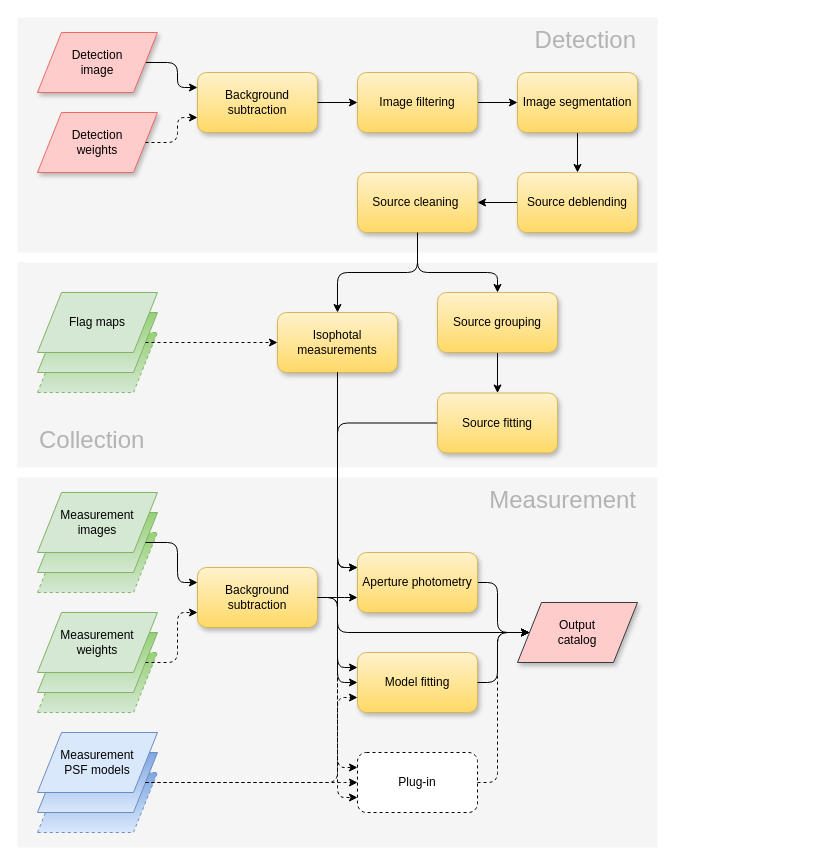
Above: doc/assets/flowchart.drawio in astrorama/SourceXtractorPlusPlus (draw.io), before the change. Source tidied: cells renumbered, new cells numbered last; positions are measured from the earlier drawing's top-left corner, leaving out a move shared by most shapes. Both pictures are drawn from the tidied source at 100%, with x=0, y=0 at pixel (17, 17).
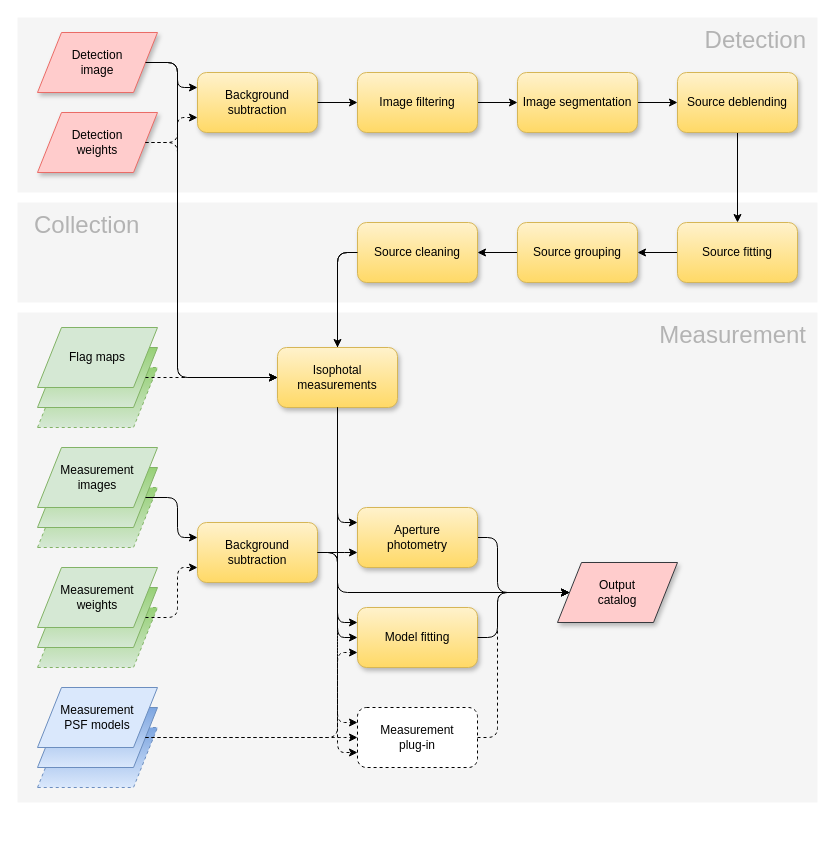
The same diagram, later.

Commit message (it also covers changes not shown here):
Doc: updated flowchart and fixed SVG issues with Firefox.

Unchanged cells that the change refers to:
```xml
<mxCell id="10" value="Detection&lt;br&gt;image" style="shape=parallelogram;perimeter=parallelogramPerimeter;whiteSpace=wrap;html=1;fillColor=#ffcccc;strokeColor=#EA6B66;shadow=1;gradientDirection=north;" parent="1" vertex="1">
  <mxGeometry x="20" y="15" width="120" height="60" as="geometry" />
</mxCell>
<mxCell id="11" value="Detection&lt;br&gt;weights" style="shape=parallelogram;perimeter=parallelogramPerimeter;whiteSpace=wrap;html=1;fillColor=#ffcccc;strokeColor=#EA6B66;shadow=1;" parent="1" vertex="1">
  <mxGeometry x="20" y="95" width="120" height="60" as="geometry" />
</mxCell>
<mxCell id="31" style="shape=parallelogram;perimeter=parallelogramPerimeter;whiteSpace=wrap;html=1;gradientColor=#97d077;fillColor=#d5e8d4;strokeColor=#82b366;gradientDirection=north;" parent="29" vertex="1">
  <mxGeometry y="20" width="120" height="60" as="geometry" />
</mxCell>
```

Change to the diagram source:
```diff
@@
     <mxCell id="2" style="rounded=0;whiteSpace=wrap;html=1;fillColor=#f5f5f5;strokeColor=none;glass=0;shadow=0;comic=0;fontColor=#333333;align=center;" parent="1" vertex="1">
-      <mxGeometry y="245" width="640" height="205" as="geometry" />
+      <mxGeometry y="185" width="800" height="100" as="geometry" />
     </mxCell>
     <mxCell id="3" style="rounded=0;whiteSpace=wrap;html=1;shadow=0;glass=0;comic=0;fillColor=#f5f5f5;strokeColor=none;fontColor=#333333;" parent="1" vertex="1">
-      <mxGeometry y="460" width="640" height="370" as="geometry" />
+      <mxGeometry y="295" width="800" height="490" as="geometry" />
     </mxCell>
     <mxCell id="4" style="rounded=0;whiteSpace=wrap;html=1;fillColor=#f5f5f5;strokeColor=none;glass=0;shadow=0;comic=0;fontColor=#333333;align=center;" parent="1" vertex="1">
-      <mxGeometry width="640" height="235" as="geometry" />
+      <mxGeometry width="800" height="175" as="geometry" />
     </mxCell>
-    <mxCell id="5" style="edgeStyle=orthogonalEdgeStyle;jettySize=auto;html=1;rounded=1;entryX=0.5;entryY=0;entryDx=0;entryDy=0;" parent="1" edge="1" source="6" target="17">
+    <mxCell id="5" style="edgeStyle=orthogonalEdgeStyle;jettySize=auto;html=1;rounded=1;entryX=0;entryY=0.5;entryDx=0;entryDy=0;" parent="1" edge="1" source="6" target="17">
       <mxGeometry relative="1" as="geometry" />
     </mxCell>
-    <mxCell id="6" value="&amp;nbsp;Image segmentation&amp;nbsp;" style="rounded=1;whiteSpace=wrap;html=1;fillColor=#fff2cc;strokeColor=#d6b656;gradientColor=#ffd966;shadow=1;" parent="1" vertex="1">
+    <mxCell id="6" value="Image segmentation" style="rounded=1;whiteSpace=wrap;html=1;fillColor=#fff2cc;strokeColor=#d6b656;gradientColor=#ffd966;shadow=1;" parent="1" vertex="1">
       <mxGeometry x="500" y="55" width="120" height="60" as="geometry" />
     </mxCell>
@@
-    <mxCell id="13" style="edgeStyle=orthogonalEdgeStyle;rounded=1;jettySize=auto;html=1;entryX=0.5;entryY=0;entryDx=0;entryDy=0;exitX=0.5;exitY=1;exitDx=0;exitDy=0;" parent="1" edge="1" source="28" target="27">
+    <mxCell id="13" style="edgeStyle=orthogonalEdgeStyle;rounded=1;jettySize=auto;html=1;entryX=0.5;entryY=0;entryDx=0;entryDy=0;exitX=0;exitY=0.5;exitDx=0;exitDy=0;" parent="1" edge="1" source="28" target="27">
       <mxGeometry relative="1" as="geometry">
         <Array as="points">
-          <mxPoint x="400" y="255" />
-          <mxPoint x="320" y="255" />
+          <mxPoint x="320" y="235" />
+          <mxPoint x="320" y="423" />
         </Array>
       </mxGeometry>
     </mxCell>
-    <mxCell id="14" style="edgeStyle=orthogonalEdgeStyle;rounded=0;jettySize=auto;html=1;strokeWidth=1;" parent="1" edge="1" source="15" target="49">
-      <mxGeometry relative="1" as="geometry" />
-    </mxCell>
+    <mxCell id="62" style="edgeStyle=orthogonalEdgeStyle;rounded=0;jettySize=auto;html=1;" parent="1" edge="1" source="15" target="28">
+      <mxGeometry relative="1" as="geometry" />
+    </mxCell>
-    <mxCell id="15" value="&amp;nbsp;Source grouping&amp;nbsp;" style="rounded=1;whiteSpace=wrap;html=1;gradientColor=#ffd966;fillColor=#fff2cc;strokeColor=#d6b656;shadow=1;" parent="1" vertex="1">
-      <mxGeometry x="420" y="275" width="120" height="60" as="geometry" />
+    <mxCell id="15" value="Source grouping" style="rounded=1;whiteSpace=wrap;html=1;gradientColor=#ffd966;fillColor=#fff2cc;strokeColor=#d6b656;shadow=1;align=center;" parent="1" vertex="1">
+      <mxGeometry x="500" y="205" width="120" height="60" as="geometry" />
     </mxCell>
-    <mxCell id="16" style="edgeStyle=orthogonalEdgeStyle;rounded=1;jettySize=auto;html=1;exitX=0;exitY=0.5;exitDx=0;exitDy=0;" parent="1" edge="1" source="17" target="28">
-      <mxGeometry relative="1" as="geometry" />
-    </mxCell>
+    <mxCell id="63" style="edgeStyle=orthogonalEdgeStyle;rounded=0;jettySize=auto;html=1;entryX=0.5;entryY=0;entryDx=0;entryDy=0;" parent="1" edge="1" source="17" target="49">
+      <mxGeometry relative="1" as="geometry" />
+    </mxCell>
-    <mxCell id="17" value="&amp;nbsp;Source deblending&amp;nbsp;" style="rounded=1;whiteSpace=wrap;html=1;gradientColor=#ffd966;fillColor=#fff2cc;strokeColor=#d6b656;shadow=1;" parent="1" vertex="1">
-      <mxGeometry x="500" y="155" width="120" height="60" as="geometry" />
+    <mxCell id="17" value="Source deblending" style="rounded=1;whiteSpace=wrap;html=1;gradientColor=#ffd966;fillColor=#fff2cc;strokeColor=#d6b656;shadow=1;" parent="1" vertex="1">
+      <mxGeometry x="660" y="55" width="120" height="60" as="geometry" />
     </mxCell>
@@
-    <mxCell id="19" value="&amp;nbsp;Image filtering&amp;nbsp;" style="rounded=1;whiteSpace=wrap;html=1;fillColor=#fff2cc;strokeColor=#d6b656;gradientColor=#ffd966;shadow=1;" parent="1" vertex="1">
+    <mxCell id="19" value="Image filtering" style="rounded=1;whiteSpace=wrap;html=1;fillColor=#fff2cc;strokeColor=#d6b656;gradientColor=#ffd966;shadow=1;" parent="1" vertex="1">
       <mxGeometry x="340" y="55" width="120" height="60" as="geometry" />
     </mxCell>
     <mxCell id="20" style="shape=parallelogram;perimeter=parallelogramPerimeter;whiteSpace=wrap;html=1;dashed=1;gradientColor=#97d077;fillColor=#d5e8d4;strokeColor=#82b366;gradientDirection=north;" parent="1" vertex="1">
-      <mxGeometry x="20" y="635" width="120" height="60" as="geometry" />
+      <mxGeometry x="20" y="590" width="120" height="60" as="geometry" />
     </mxCell>
     <mxCell id="21" style="shape=parallelogram;perimeter=parallelogramPerimeter;whiteSpace=wrap;html=1;gradientColor=#97d077;fillColor=#d5e8d4;strokeColor=#82b366;gradientDirection=north;" parent="1" vertex="1">
-      <mxGeometry x="20" y="615" width="120" height="60" as="geometry" />
+      <mxGeometry x="20" y="570" width="120" height="60" as="geometry" />
     </mxCell>
     <mxCell id="22" value="Measurement&lt;br&gt;weights" style="shape=parallelogram;perimeter=parallelogramPerimeter;whiteSpace=wrap;html=1;fillColor=#d5e8d4;strokeColor=#82b366;" parent="1" vertex="1">
-      <mxGeometry x="20" y="595" width="120" height="60" as="geometry" />
+      <mxGeometry x="20" y="550" width="120" height="60" as="geometry" />
     </mxCell>
     <mxCell id="23" style="shape=parallelogram;perimeter=parallelogramPerimeter;whiteSpace=wrap;html=1;dashed=1;gradientColor=#7ea6e0;fillColor=#dae8fc;strokeColor=#6c8ebf;gradientDirection=north;" parent="1" vertex="1">
-      <mxGeometry x="20" y="755" width="120" height="60" as="geometry" />
+      <mxGeometry x="20" y="710" width="120" height="60" as="geometry" />
     </mxCell>
     <mxCell id="24" style="shape=parallelogram;perimeter=parallelogramPerimeter;whiteSpace=wrap;html=1;gradientColor=#7ea6e0;fillColor=#dae8fc;strokeColor=#6c8ebf;gradientDirection=north;" parent="1" vertex="1">
-      <mxGeometry x="20" y="735" width="120" height="60" as="geometry" />
+      <mxGeometry x="20" y="690" width="120" height="60" as="geometry" />
     </mxCell>
     <mxCell id="25" value="Measurement&lt;br&gt;PSF models" style="shape=parallelogram;perimeter=parallelogramPerimeter;whiteSpace=wrap;html=1;fillColor=#dae8fc;strokeColor=#6c8ebf;" parent="1" vertex="1">
-      <mxGeometry x="20" y="715" width="120" height="60" as="geometry" />
+      <mxGeometry x="20" y="670" width="120" height="60" as="geometry" />
     </mxCell>
     <mxCell id="26" style="edgeStyle=elbowEdgeStyle;rounded=1;jettySize=auto;html=1;strokeWidth=1;entryX=0;entryY=0.25;entryDx=0;entryDy=0;" parent="1" edge="1" source="27" target="39">
       <mxGeometry relative="1" as="geometry">
         <Array as="points">
-          <mxPoint x="320" y="425" />
+          <mxPoint x="320" y="380" />
         </Array>
       </mxGeometry>
     </mxCell>
     <mxCell id="27" value="Isophotal measurements" style="rounded=1;whiteSpace=wrap;html=1;gradientColor=#ffd966;fillColor=#fff2cc;strokeColor=#d6b656;shadow=1;" parent="1" vertex="1">
-      <mxGeometry x="260" y="295" width="120" height="60" as="geometry" />
+      <mxGeometry x="260" y="330" width="120" height="60" as="geometry" />
     </mxCell>
-    <mxCell id="28" value="Source cleaning&amp;nbsp;" style="rounded=1;whiteSpace=wrap;html=1;gradientColor=#ffd966;fillColor=#fff2cc;strokeColor=#d6b656;shadow=1;" parent="1" vertex="1">
-      <mxGeometry x="340" y="155" width="120" height="60" as="geometry" />
+    <mxCell id="28" value="Source cleaning" style="rounded=1;whiteSpace=wrap;html=1;gradientColor=#ffd966;fillColor=#fff2cc;strokeColor=#d6b656;shadow=1;" parent="1" vertex="1">
+      <mxGeometry x="340" y="205" width="120" height="60" as="geometry" />
     </mxCell>
     <mxCell id="29" style="group;" parent="1" vertex="1">
-      <mxGeometry x="20" y="475" width="120" height="100" as="geometry" />
+      <mxGeometry x="20" y="430" width="120" height="100" as="geometry" />
     </mxCell>
@@
     <mxCell id="33" style="group;" parent="1" vertex="1">
-      <mxGeometry x="20" y="275" width="120" height="100" as="geometry" />
+      <mxGeometry x="20" y="310" width="120" height="100" as="geometry" />
     </mxCell>
@@
     <mxCell id="38" style="edgeStyle=elbowEdgeStyle;rounded=1;jettySize=auto;html=1;strokeWidth=1;entryX=0;entryY=0.5;entryDx=0;entryDy=0;" parent="1" edge="1" source="39" target="43">
       <mxGeometry relative="1" as="geometry">
         <Array as="points">
-          <mxPoint x="480" y="565" />
+          <mxPoint x="480" y="560" />
         </Array>
       </mxGeometry>
     </mxCell>
-    <mxCell id="39" value="&amp;nbsp;Aperture photometry&amp;nbsp;" style="rounded=1;whiteSpace=wrap;html=1;gradientColor=#ffd966;fillColor=#fff2cc;strokeColor=#d6b656;shadow=1;" parent="1" vertex="1">
-      <mxGeometry x="340" y="535" width="120" height="60" as="geometry" />
+    <mxCell id="39" value="Aperture&lt;br&gt;photometry" style="rounded=1;whiteSpace=wrap;html=1;gradientColor=#ffd966;fillColor=#fff2cc;strokeColor=#d6b656;shadow=1;" parent="1" vertex="1">
+      <mxGeometry x="340" y="490" width="120" height="60" as="geometry" />
     </mxCell>
-    <mxCell id="40" value="&amp;nbsp;Model fitting&amp;nbsp;" style="rounded=1;whiteSpace=wrap;html=1;gradientColor=#ffd966;fillColor=#fff2cc;strokeColor=#d6b656;shadow=1;" parent="1" vertex="1">
-      <mxGeometry x="340" y="635" width="120" height="60" as="geometry" />
+    <mxCell id="40" value="Model fitting" style="rounded=1;whiteSpace=wrap;html=1;gradientColor=#ffd966;fillColor=#fff2cc;strokeColor=#d6b656;shadow=1;" parent="1" vertex="1">
+      <mxGeometry x="340" y="590" width="120" height="60" as="geometry" />
     </mxCell>
     <mxCell id="41" style="edgeStyle=elbowEdgeStyle;rounded=1;jettySize=auto;html=1;exitX=1;exitY=0.5;exitDx=0;exitDy=0;entryX=0;entryY=0.25;entryDx=0;entryDy=0;" parent="1" edge="1" source="31" target="47">
       <mxGeometry relative="1" as="geometry">
         <Array as="points">
-          <mxPoint x="160" y="495" />
-          <mxPoint x="170" y="575" />
-          <mxPoint x="160" y="575" />
+          <mxPoint x="160" y="450" />
+          <mxPoint x="170" y="530" />
+          <mxPoint x="160" y="530" />
         </Array>
       </mxGeometry>
     </mxCell>
-    <mxCell id="42" style="rounded=1;jettySize=auto;html=1;exitX=0;exitY=0.5;exitDx=0;exitDy=0;entryX=0;entryY=0.25;entryDx=0;entryDy=0;edgeStyle=elbowEdgeStyle;" parent="1" edge="1" source="49" target="39">
+    <mxCell id="42" style="rounded=1;jettySize=auto;html=1;entryX=0.5;entryY=0;entryDx=0;entryDy=0;edgeStyle=elbowEdgeStyle;exitX=0;exitY=0.5;exitDx=0;exitDy=0;" parent="1" edge="1" source="28" target="27">
       <mxGeometry relative="1" as="geometry">
         <Array as="points">
-          <mxPoint x="320" y="445" />
+          <mxPoint x="320" y="265" />
         </Array>
       </mxGeometry>
     </mxCell>
     <mxCell id="43" value="Output&lt;br&gt;catalog" style="shape=parallelogram;perimeter=parallelogramPerimeter;whiteSpace=wrap;html=1;fillColor=#ffcccc;strokeColor=#36393d;shadow=1;perimeterSpacing=0;" parent="1" vertex="1">
-      <mxGeometry x="500" y="585" width="120" height="60" as="geometry" />
+      <mxGeometry x="540" y="545" width="120" height="60" as="geometry" />
     </mxCell>
-    <mxCell id="44" value="&amp;nbsp;Plug-in&amp;nbsp;" style="rounded=1;whiteSpace=wrap;html=1;dashed=1;" parent="1" vertex="1">
-      <mxGeometry x="340" y="735" width="120" height="60" as="geometry" />
+    <mxCell id="44" value="Measurement&lt;br&gt;plug-in" style="rounded=1;whiteSpace=wrap;html=1;dashed=1;" parent="1" vertex="1">
+      <mxGeometry x="340" y="690" width="120" height="60" as="geometry" />
     </mxCell>
     <mxCell id="45" style="edgeStyle=elbowEdgeStyle;rounded=1;jettySize=auto;html=1;exitX=1;exitY=0.5;exitDx=0;exitDy=0;entryX=0;entryY=0.5;entryDx=0;entryDy=0;dashed=1;" parent="1" edge="1" source="24" target="44">
       <mxGeometry relative="1" as="geometry">
         <Array as="points">
-          <mxPoint x="320" y="735" />
-          <mxPoint x="180" y="605" />
+          <mxPoint x="320" y="690" />
+          <mxPoint x="180" y="560" />
         </Array>
       </mxGeometry>
     </mxCell>
     <mxCell id="46" style="edgeStyle=elbowEdgeStyle;rounded=1;jettySize=auto;html=1;strokeWidth=1;entryX=0;entryY=0.5;entryDx=0;entryDy=0;" parent="1" edge="1" source="47" target="40">
       <mxGeometry relative="1" as="geometry">
         <Array as="points">
-          <mxPoint x="320" y="645" />
+          <mxPoint x="320" y="600" />
         </Array>
       </mxGeometry>
     </mxCell>
     <mxCell id="47" value="Background&lt;br&gt;subtraction" style="rounded=1;whiteSpace=wrap;html=1;gradientColor=#ffd966;fillColor=#fff2cc;strokeColor=#d6b656;shadow=1;" parent="1" vertex="1">
-      <mxGeometry x="180" y="550" width="120" height="60" as="geometry" />
+      <mxGeometry x="180" y="505" width="120" height="60" as="geometry" />
     </mxCell>
-    <mxCell id="48" style="edgeStyle=orthogonalEdgeStyle;rounded=1;jettySize=auto;html=1;entryX=0.5;entryY=0;entryDx=0;entryDy=0;exitX=0.5;exitY=1;exitDx=0;exitDy=0;" parent="1" edge="1" source="28" target="15">
-      <mxGeometry relative="1" as="geometry">
-        <Array as="points">
-          <mxPoint x="400" y="255" />
-          <mxPoint x="480" y="255" />
-        </Array>
-      </mxGeometry>
-    </mxCell>
+    <mxCell id="64" style="edgeStyle=orthogonalEdgeStyle;rounded=0;jettySize=auto;html=1;" parent="1" edge="1" source="49" target="15">
+      <mxGeometry relative="1" as="geometry" />
+    </mxCell>
-    <mxCell id="49" value="&amp;nbsp;Source fitting&amp;nbsp;" style="rounded=1;whiteSpace=wrap;html=1;gradientColor=#ffd966;fillColor=#fff2cc;strokeColor=#d6b656;shadow=1;" parent="1" vertex="1">
-      <mxGeometry x="420" y="375.5" width="120" height="60" as="geometry" />
+    <mxCell id="49" value="Source fitting" style="rounded=1;whiteSpace=wrap;html=1;gradientColor=#ffd966;fillColor=#fff2cc;strokeColor=#d6b656;shadow=1;" parent="1" vertex="1">
+      <mxGeometry x="660" y="205" width="120" height="60" as="geometry" />
     </mxCell>
     <mxCell id="50" style="edgeStyle=elbowEdgeStyle;rounded=1;jettySize=auto;html=1;exitX=1;exitY=0.5;exitDx=0;exitDy=0;entryX=0;entryY=0.75;entryDx=0;entryDy=0;dashed=1;" parent="1" edge="1" source="21" target="47">
       <mxGeometry relative="1" as="geometry">
         <Array as="points">
-          <mxPoint x="160" y="565" />
-          <mxPoint x="180" y="585" />
-          <mxPoint x="170" y="585" />
+          <mxPoint x="160" y="520" />
+          <mxPoint x="180" y="540" />
+          <mxPoint x="170" y="540" />
         </Array>
       </mxGeometry>
     </mxCell>
     <mxCell id="51" style="edgeStyle=elbowEdgeStyle;rounded=1;jettySize=auto;html=1;strokeWidth=1;exitX=1;exitY=0.5;exitDx=0;exitDy=0;entryX=0;entryY=0.75;entryDx=0;entryDy=0;" parent="1" edge="1" source="47" target="39">
       <mxGeometry relative="1" as="geometry">
         <Array as="points">
-          <mxPoint x="320" y="565" />
+          <mxPoint x="320" y="520" />
         </Array>
       </mxGeometry>
     </mxCell>
     <mxCell id="52" style="edgeStyle=elbowEdgeStyle;rounded=1;jettySize=auto;html=1;exitX=1;exitY=0.5;exitDx=0;exitDy=0;entryX=0;entryY=0.75;entryDx=0;entryDy=0;dashed=1;" parent="1" edge="1" source="24" target="40">
       <mxGeometry relative="1" as="geometry">
         <Array as="points">
-          <mxPoint x="320" y="685" />
-          <mxPoint x="190" y="745" />
-          <mxPoint x="190" y="615" />
+          <mxPoint x="320" y="640" />
+          <mxPoint x="190" y="700" />
+          <mxPoint x="190" y="570" />
         </Array>
       </mxGeometry>
     </mxCell>
     <mxCell id="53" style="rounded=1;jettySize=auto;html=1;exitX=0.5;exitY=1;exitDx=0;exitDy=0;entryX=0;entryY=0.25;entryDx=0;entryDy=0;edgeStyle=elbowEdgeStyle;" parent="1" edge="1" source="27" target="40">
       <mxGeometry relative="1" as="geometry">
         <Array as="points">
-          <mxPoint x="320" y="545" />
-          <mxPoint x="330" y="455" />
+          <mxPoint x="320" y="500" />
+          <mxPoint x="330" y="410" />
         </Array>
       </mxGeometry>
     </mxCell>
     <mxCell id="54" style="edgeStyle=elbowEdgeStyle;rounded=1;jettySize=auto;html=1;exitX=1;exitY=0.5;exitDx=0;exitDy=0;dashed=1;entryX=0;entryY=0.75;entryDx=0;entryDy=0;" parent="1" edge="1" source="47" target="44">
       <mxGeometry relative="1" as="geometry">
         <Array as="points">
-          <mxPoint x="320" y="645" />
-          <mxPoint x="190" y="615" />
+          <mxPoint x="320" y="600" />
+          <mxPoint x="190" y="570" />
         </Array>
       </mxGeometry>
     </mxCell>
     <mxCell id="55" style="edgeStyle=elbowEdgeStyle;rounded=1;jettySize=auto;html=1;exitX=0.5;exitY=1;exitDx=0;exitDy=0;entryX=0;entryY=0.25;entryDx=0;entryDy=0;dashed=1;" parent="1" edge="1" source="27" target="44">
       <mxGeometry relative="1" as="geometry">
         <Array as="points">
-          <mxPoint x="320" y="495" />
-          <mxPoint x="200" y="585" />
+          <mxPoint x="320" y="450" />
+          <mxPoint x="200" y="540" />
         </Array>
       </mxGeometry>
     </mxCell>
     <mxCell id="56" style="edgeStyle=elbowEdgeStyle;rounded=1;jettySize=auto;html=1;strokeWidth=1;exitX=1;exitY=0.5;exitDx=0;exitDy=0;entryX=0;entryY=0.5;entryDx=0;entryDy=0;" parent="1" edge="1" source="40" target="43">
       <mxGeometry relative="1" as="geometry">
         <Array as="points">
-          <mxPoint x="480" y="635" />
+          <mxPoint x="480" y="600" />
         </Array>
       </mxGeometry>
     </mxCell>
@@
     <mxCell id="58" style="rounded=1;jettySize=auto;html=1;exitX=0.5;exitY=1;exitDx=0;exitDy=0;entryX=0;entryY=0.5;entryDx=0;entryDy=0;edgeStyle=elbowEdgeStyle;" parent="1" edge="1" source="27" target="43">
       <mxGeometry relative="1" as="geometry">
         <Array as="points">
-          <mxPoint x="320" y="575" />
-          <mxPoint x="470" y="595" />
-          <mxPoint x="320" y="555" />
-          <mxPoint x="475" y="575" />
-          <mxPoint x="320" y="455" />
-          <mxPoint x="495" y="465" />
-          <mxPoint x="495" y="445" />
-          <mxPoint x="495" y="535" />
-          <mxPoint x="405" y="490" />
           <mxPoint x="320" y="530" />
-          <mxPoint x="335" y="460" />
+          <mxPoint x="470" y="550" />
+          <mxPoint x="320" y="510" />
+          <mxPoint x="475" y="530" />
+          <mxPoint x="320" y="410" />
+          <mxPoint x="495" y="420" />
+          <mxPoint x="495" y="400" />
+          <mxPoint x="495" y="490" />
+          <mxPoint x="405" y="445" />
+          <mxPoint x="320" y="485" />
+          <mxPoint x="335" y="415" />
         </Array>
       </mxGeometry>
     </mxCell>
     <mxCell id="59" value="&lt;font style=&quot;font-size: 24px&quot; color=&quot;#b3b3b3&quot;&gt;Detection&lt;/font&gt;" style="text;html=1;align=right;verticalAlign=middle;fillColor=none;strokeColor=none;rounded=0;shadow=0;glass=0;comic=0;" parent="1" vertex="1">
-      <mxGeometry x="505" y="10" width="115" height="25" as="geometry" />
+      <mxGeometry x="675" y="10" width="115" height="25" as="geometry" />
     </mxCell>
     <mxCell id="60" value="&lt;font style=&quot;font-size: 24px&quot; color=&quot;#b3b3b3&quot;&gt;Measurement&lt;/font&gt;" style="text;html=1;align=right;verticalAlign=middle;fillColor=none;strokeColor=none;rounded=0;shadow=0;glass=0;comic=0;" parent="1" vertex="1">
-      <mxGeometry x="460" y="470" width="160" height="25" as="geometry" />
+      <mxGeometry x="630" y="305" width="160" height="25" as="geometry" />
     </mxCell>
     <mxCell id="61" value="&lt;font style=&quot;font-size: 24px&quot; color=&quot;#b3b3b3&quot;&gt;Collection&lt;/font&gt;" style="text;html=1;align=left;verticalAlign=middle;fillColor=none;strokeColor=none;rounded=0;shadow=0;glass=0;comic=0;" parent="1" vertex="1">
-      <mxGeometry x="20" y="410.5" width="120" height="25" as="geometry" />
+      <mxGeometry x="15" y="195" width="120" height="25" as="geometry" />
     </mxCell>
+    <mxCell id="65" style="endArrow=classic;html=1;exitX=1;exitY=0.5;exitDx=0;exitDy=0;edgeStyle=orthogonalEdgeStyle;entryX=0;entryY=0.5;entryDx=0;entryDy=0;rounded=1;" parent="1" edge="1" source="10" target="27">
+      <mxGeometry relative="1" as="geometry">
+        <Array as="points">
+          <mxPoint x="160" y="45" />
+          <mxPoint x="160" y="360" />
+        </Array>
+      </mxGeometry>
+    </mxCell>
+    <mxCell id="66" style="endArrow=classic;html=1;exitX=1;exitY=0.5;exitDx=0;exitDy=0;entryX=0;entryY=0.5;entryDx=0;entryDy=0;edgeStyle=orthogonalEdgeStyle;rounded=1;dashed=1;" parent="1" edge="1" source="11" target="27">
+      <mxGeometry relative="1" as="geometry">
+        <Array as="points">
+          <mxPoint x="160" y="125" />
+          <mxPoint x="160" y="360" />
+        </Array>
+      </mxGeometry>
+    </mxCell>
```
